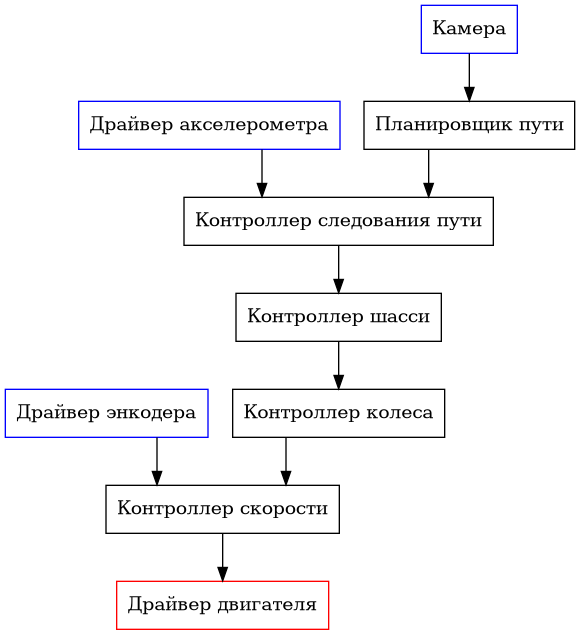
This is doc/software.png from prostoiChelovek/qHandedCart, a Graphviz export, as it was before one commit. Its source is kept beside it as doc/software.dot.
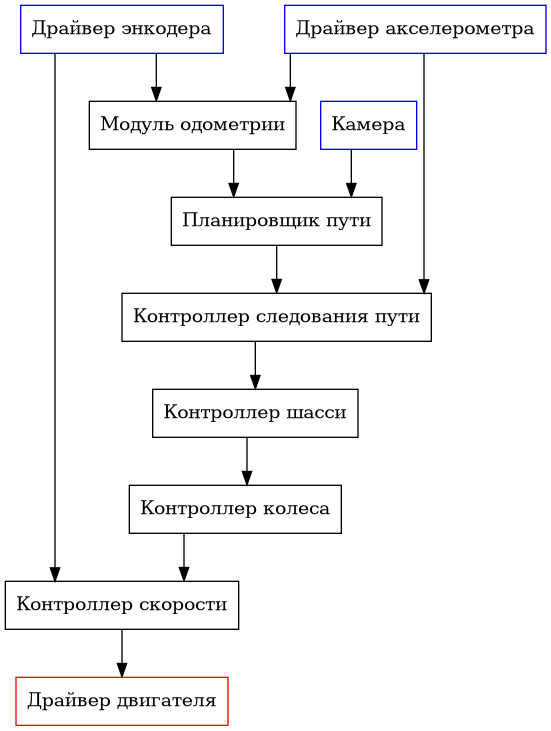
After the commit.

Commit message:
reflect the odometry module on the graph

The edit, as a diff of the source:
```diff
@@ -17,6 +17,8 @@
     wheel [label = "Контроллер колеса"]
     chassis [label = "Контроллер шасси"]
 
+    odometry [label = "Модуль одометрии"]
+
     path_planner [label = "Планировщик пути"]
     path_follower [label = "Контроллер следования пути"]
 
@@ -26,9 +28,13 @@
 
     chassis -> wheel
 
+    accelerometer_driver -> odometry
+    encoder_driver -> odometry
+
     accelerometer_driver -> path_follower
     path_planner -> path_follower
     path_follower -> chassis
 
+    odometry -> path_planner
     camera -> path_planner
 }
```
